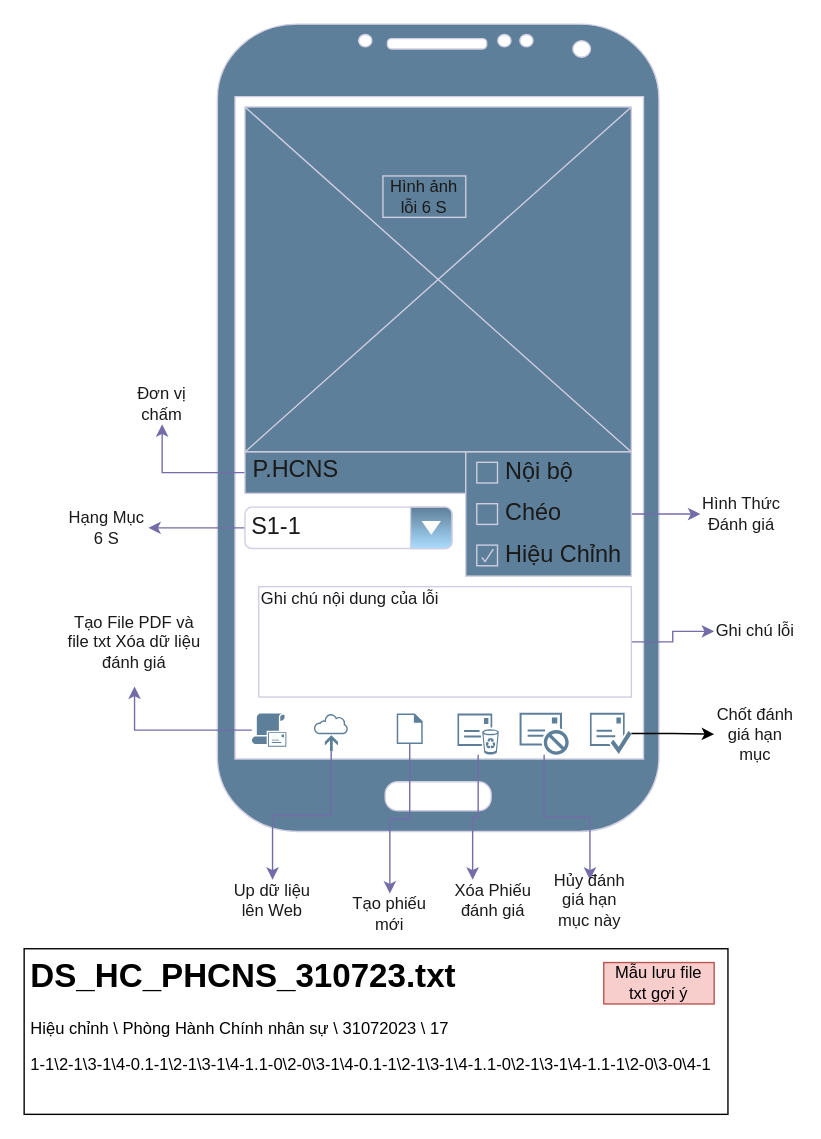
This is page "Mobile-Local" (1 of 2) of 6S.drawio from NTcse/draw, a draw.io file, before an edit. Source tidied: cells renumbered, new cells numbered last; positions are measured from the earlier drawing's top-left corner, leaving out a move shared by most shapes. Both pictures are drawn from the tidied source at 138%, with x=0, y=0 at pixel (23, 23).
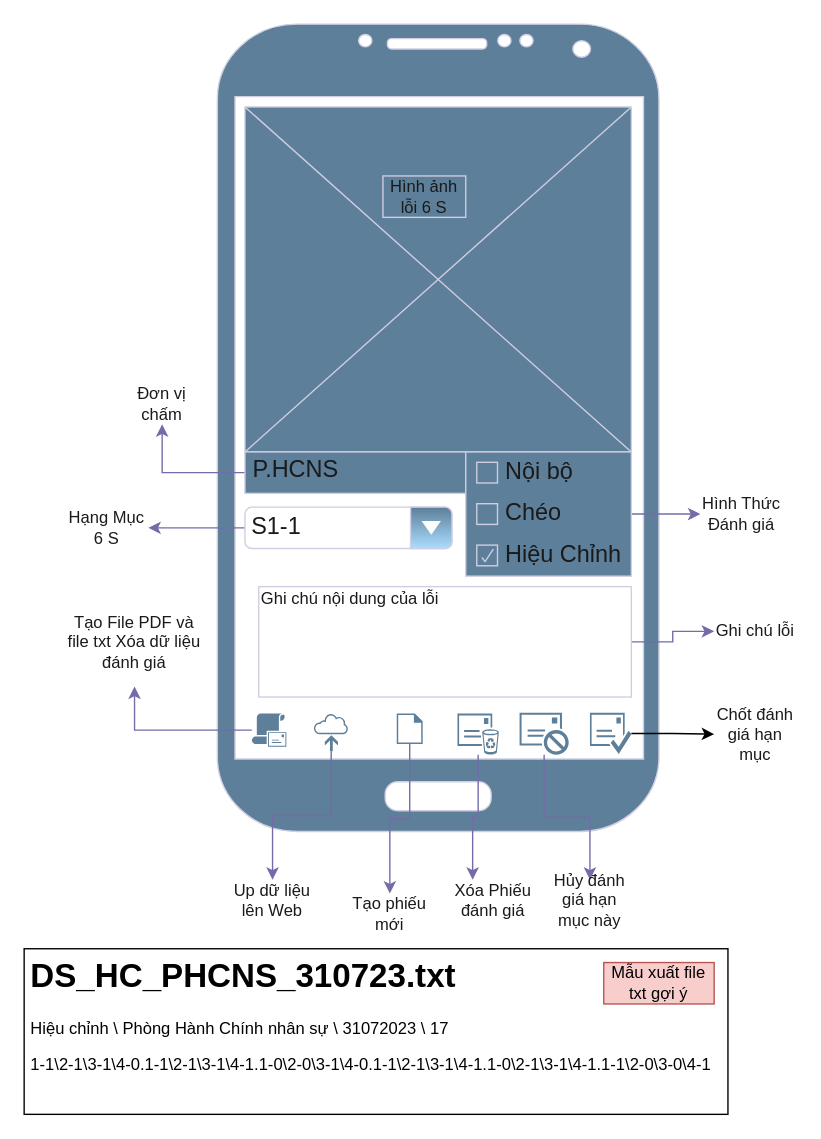
Above is the later version.

The change refers to these unchanged cells:
```xml
<mxCell id="38" style="group;" parent="1" vertex="1">
  <mxGeometry y="670" width="510" height="120" as="geometry" />
</mxCell>
```

The edit, as a diff of the source:
```diff
@@
-    <mxCell id="40" value="Mẫu lưu file txt gợi ý" style="text;html=1;strokeColor=#b85450;fillColor=#f8cecc;align=center;verticalAlign=middle;whiteSpace=wrap;rounded=0;" parent="38" vertex="1">
+    <mxCell id="40" value="Mẫu xuất file txt gợi ý" style="text;html=1;strokeColor=#b85450;fillColor=#f8cecc;align=center;verticalAlign=middle;whiteSpace=wrap;rounded=0;" parent="38" vertex="1">
       <mxGeometry x="420" y="10" width="80" height="30" as="geometry" />
     </mxCell>
```
